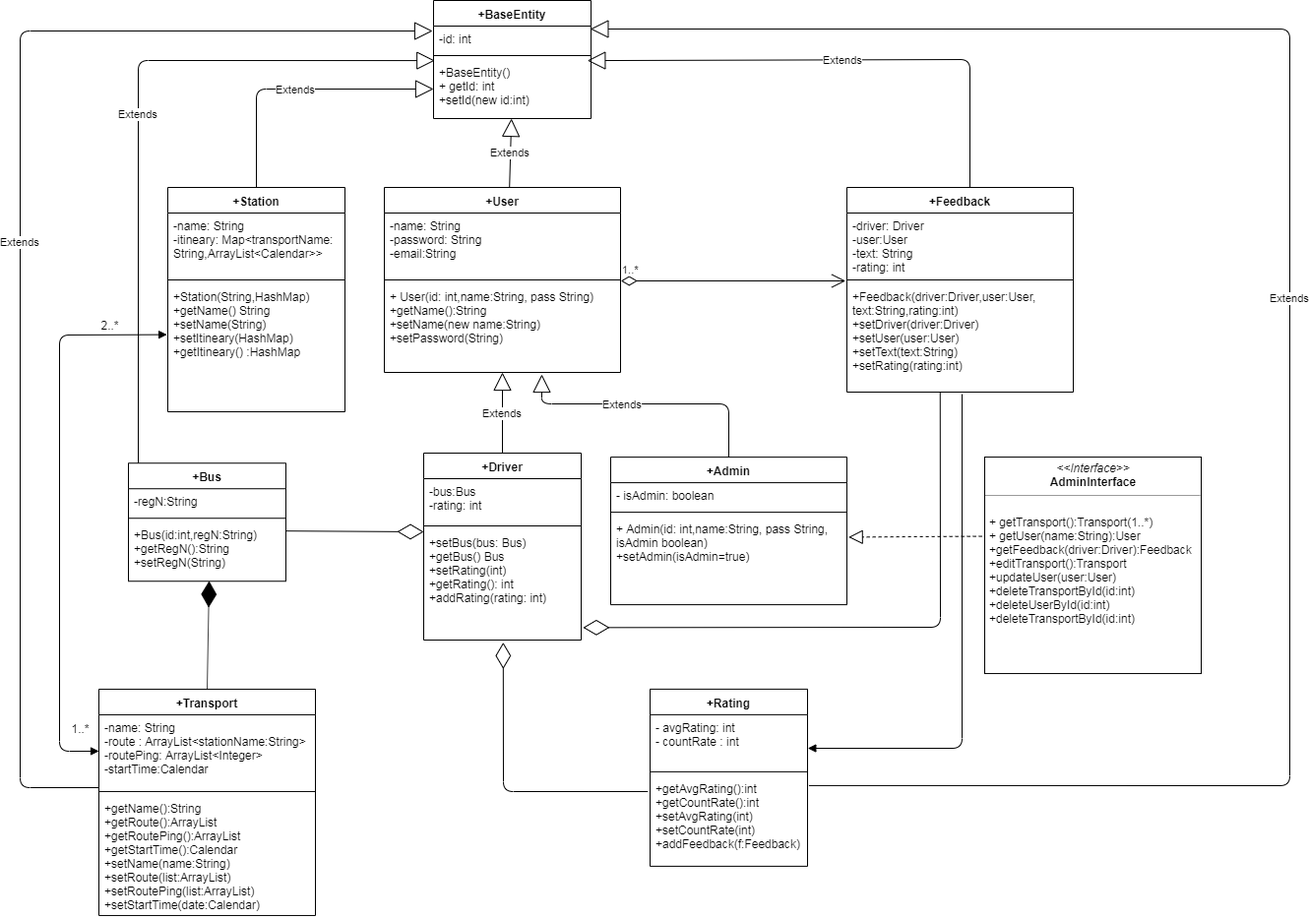
Before: docs/ClassDiagram.png, a diagram exported from draw.io (YuryKalenchuk/Transport). Source tidied: cells renumbered, new cells last; positions are measured from the earlier drawing's top-left corner, leaving out a move shared by most shapes.
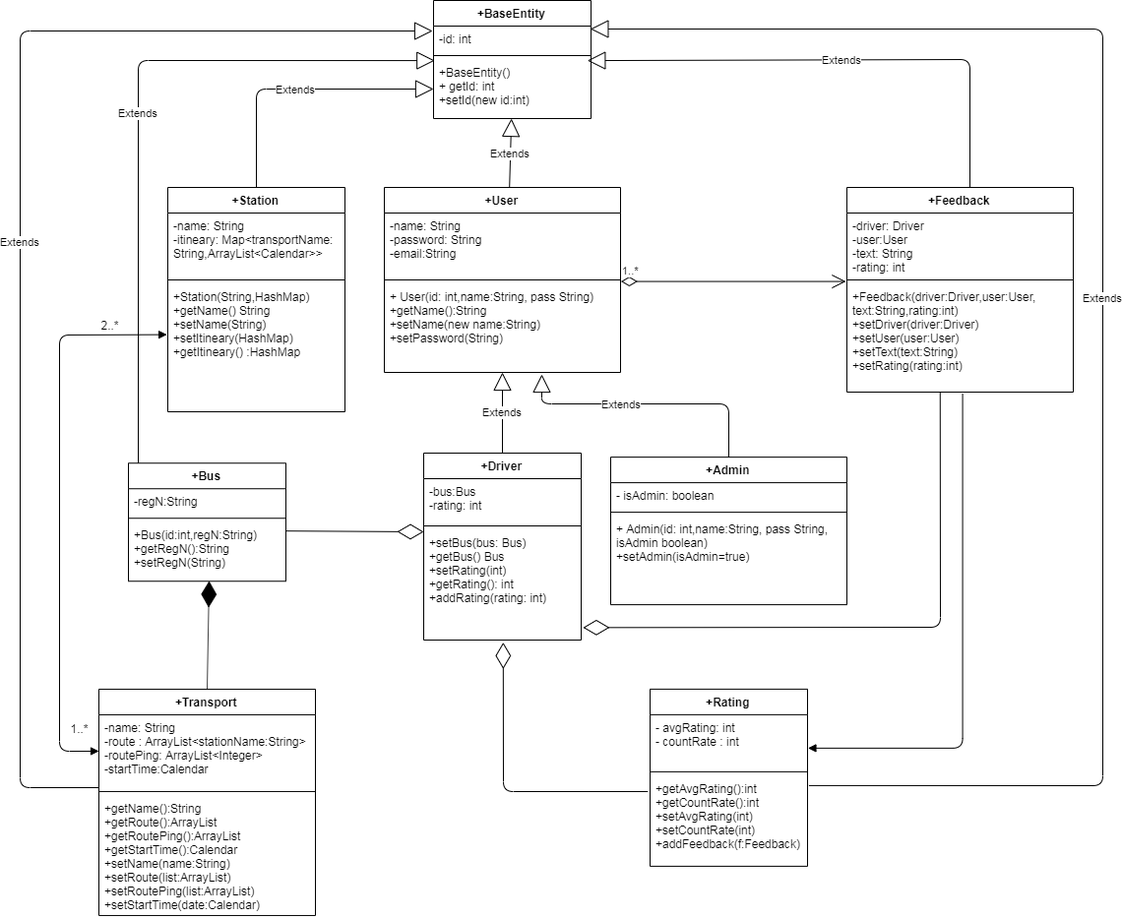
The same diagram one commit later.

The edit, as a diff of the source:
```diff
@@ -50,9 +50,6 @@
         </Array>
       </mxGeometry>
     </mxCell>
-    <mxCell id="16" value="&lt;p style=&quot;margin: 0px ; margin-top: 4px ; text-align: center&quot;&gt;&lt;i&gt;&amp;lt;&amp;lt;Interface&amp;gt;&amp;gt;&lt;/i&gt;&lt;br&gt;&lt;b&gt;AdminInterface&lt;/b&gt;&lt;/p&gt;&lt;hr size=&quot;1&quot;&gt;&lt;p style=&quot;margin: 0px ; margin-left: 4px&quot;&gt;&lt;br&gt;&lt;/p&gt;&lt;p style=&quot;margin: 0px ; margin-left: 4px&quot;&gt;+ getTransport():Transport(1..*)&lt;br&gt;+ getUser(name:String):User&lt;/p&gt;&lt;p style=&quot;margin: 0px ; margin-left: 4px&quot;&gt;+getFeedback(driver:Driver):Feedback&lt;/p&gt;&lt;p style=&quot;margin: 0px ; margin-left: 4px&quot;&gt;+editTransport():Transport&lt;/p&gt;&lt;p style=&quot;margin: 0px ; margin-left: 4px&quot;&gt;+updateUser(user:User)&lt;/p&gt;&lt;p style=&quot;margin: 0px ; margin-left: 4px&quot;&gt;+deleteTransportById(id:int)&lt;/p&gt;&lt;p style=&quot;margin: 0px ; margin-left: 4px&quot;&gt;+deleteUserById(id:int)&lt;/p&gt;&lt;p style=&quot;margin: 0px ; margin-left: 4px&quot;&gt;+deleteTransportById(id:int)&lt;/p&gt;" style="verticalAlign=top;align=left;overflow=fill;fontSize=12;fontFamily=Helvetica;html=1;" parent="1" vertex="1">
-      <mxGeometry x="980" y="464" width="220" height="220" as="geometry" />
-    </mxCell>
     <mxCell id="17" value="+Feedback" style="swimlane;fontStyle=1;align=center;verticalAlign=top;horizontal=1;startSize=26;" parent="1" vertex="1">
       <mxGeometry x="840" y="190" width="230" height="208" as="geometry" />
     </mxCell>
@@ -119,9 +116,6 @@
         </Array>
       </mxGeometry>
     </mxCell>
-    <mxCell id="36" style="endArrow=block;dashed=1;endFill=0;endSize=12;html=1;entryX=1.007;entryY=0.237;entryDx=0;entryDy=0;entryPerimeter=0;exitX=-0.013;exitY=0.366;exitDx=0;exitDy=0;exitPerimeter=0;" parent="1" edge="1" source="16" target="14">
-      <mxGeometry relative="1" as="geometry" />
-    </mxCell>
     <mxCell id="37" value="+Rating" style="swimlane;fontStyle=1;align=center;verticalAlign=top;horizontal=1;startSize=26;" parent="1" vertex="1">
       <mxGeometry x="640" y="699.9" width="160" height="180" as="geometry" />
     </mxCell>
@@ -219,8 +213,8 @@
     <mxCell id="57" value="Extends" style="endArrow=block;endSize=16;endFill=0;html=1;exitX=1.009;exitY=0.109;exitDx=0;exitDy=0;exitPerimeter=0;entryX=0.996;entryY=0.115;entryDx=0;entryDy=0;entryPerimeter=0;" parent="1" edge="1" source="40" target="3">
       <mxGeometry relative="1" as="geometry">
         <Array as="points">
-          <mxPoint x="1290" y="798" />
-          <mxPoint x="1290" y="29" />
+          <mxPoint x="1100" y="798" />
+          <mxPoint x="1100" y="29" />
         </Array>
       </mxGeometry>
     </mxCell>
```
